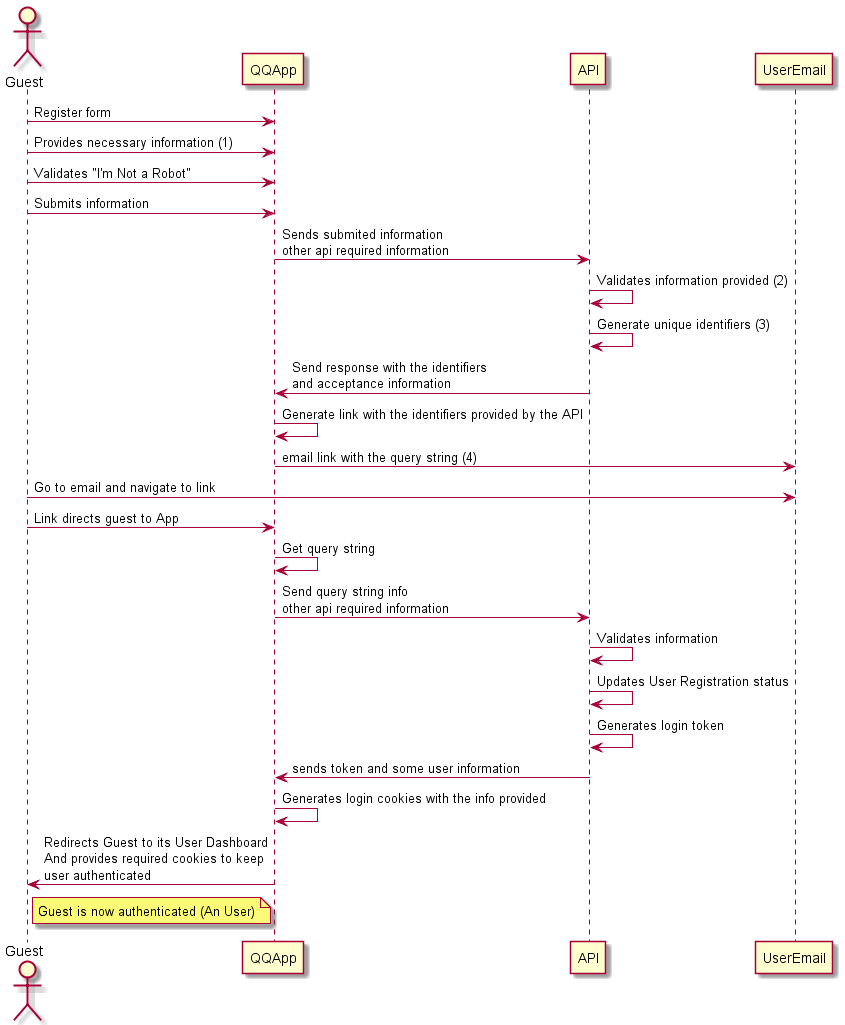
Earlier version of the PlantUML export docs/RegisterUser.png (i-on-project/quick-quiz).
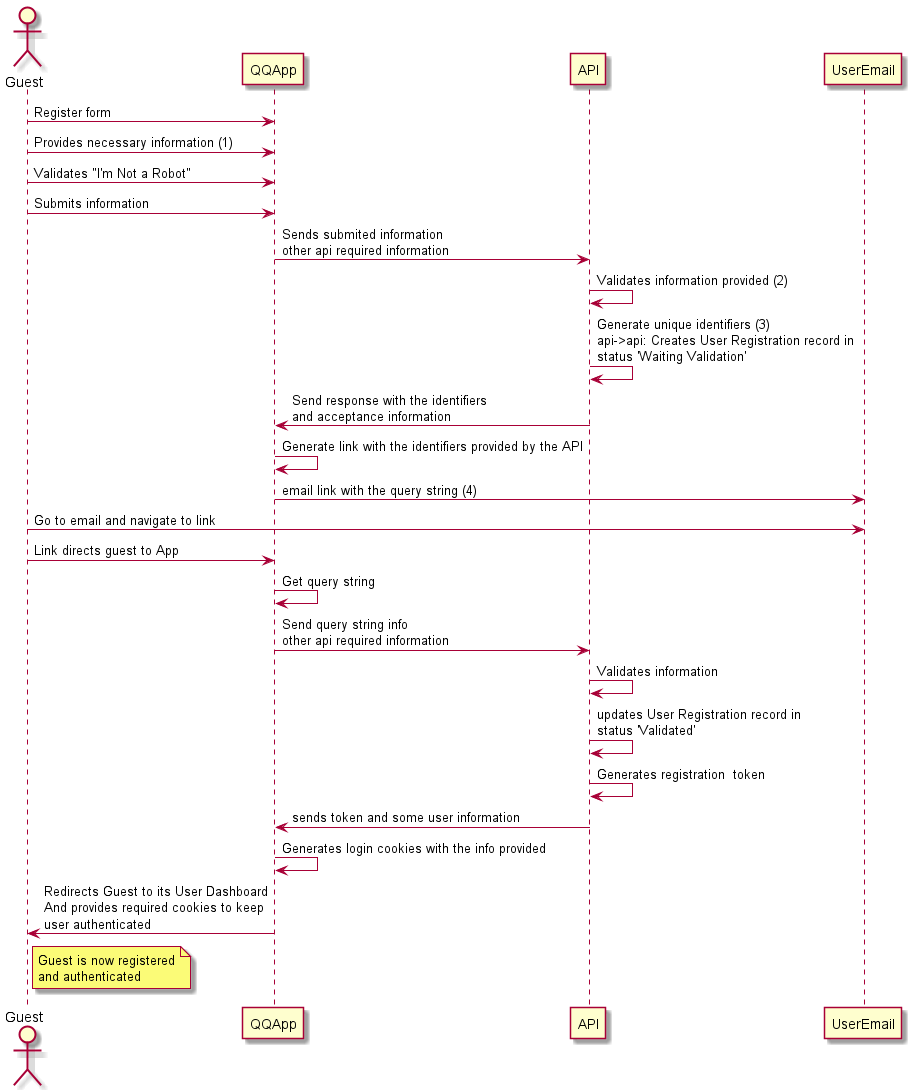
Later version of the same file.

Commit message:
updated workflow fo r restiring user

The edit, as a diff of the source:
```diff
@@ -10,7 +10,7 @@
 guest->qq: Submits information
 qq->api: Sends submited information\nother api required information
 api->api: Validates information provided (2)
-api->api: Generate unique identifiers (3)
+api->api: Generate unique identifiers (3)\napi->api: Creates User Registration record in \nstatus 'Waiting Validation'
 api->qq: Send response with the identifiers\nand acceptance information
 qq->qq: Generate link with the identifiers provided by the API
 qq->email: email link with the query string (4)
@@ -19,11 +19,11 @@
 qq->qq: Get query string
 qq->api: Send query string info\nother api required information
 api->api: Validates information
-api->api: Updates User Registration status
-api->api: Generates login token
+api->api: updates User Registration record in \nstatus 'Validated'
+api->api: Generates registration  token
 api->qq: sends token and some user information
 qq->qq: Generates login cookies with the info provided
 qq->guest: Redirects Guest to its User Dashboard\nAnd provides required cookies to keep\nuser authenticated
-note right of guest : Guest is now authenticated (An User)
+note right of guest : Guest is now registered\nand authenticated
 
 @enduml
```
